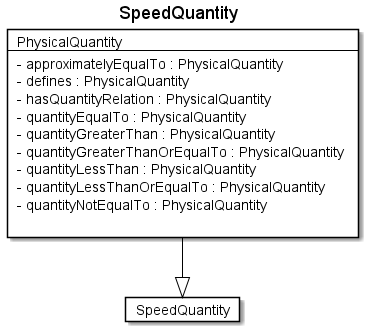
This is fragments/diagrams/SpeedQuantity.png from rtigran/rdf2adoc, a PlantUML export, as it was before one commit.
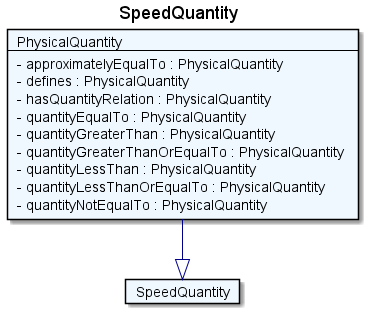
Later version of the same file.

Change to the diagram source:
```diff
@@ -1,10 +1,10 @@
 @startuml
 Title SpeedQuantity
 
-Card SpeedQuantity #fff [
+Card SpeedQuantity #F0F8FF [
 SpeedQuantity
 ]
-Card PhysicalQuantity #fff [
+Card PhysicalQuantity #F0F8FF [
 PhysicalQuantity
 ----
 - approximatelyEqualTo : PhysicalQuantity
@@ -16,7 +16,6 @@
 - quantityLessThan : PhysicalQuantity
 - quantityLessThanOrEqualTo : PhysicalQuantity
 - quantityNotEqualTo : PhysicalQuantity
-
 ]
-PhysicalQuantity --|> SpeedQuantity  #000
+PhysicalQuantity --|> SpeedQuantity  #00008B
 @enduml
```
